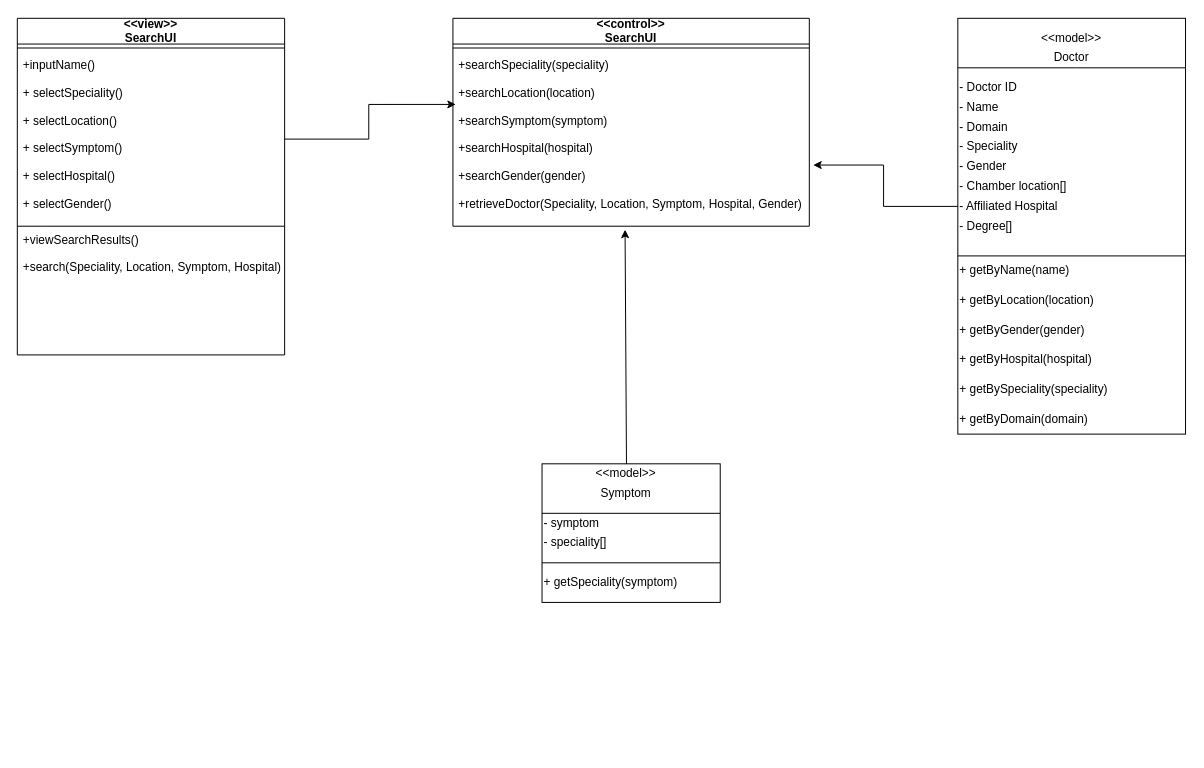
Before: page "Search" (2 of 8) of Untitled Diagram.drawio in SaffatZabin-17/CSE-326-Information-System-Design-Sessional-, a draw.io diagram. Source tidied: cells renumbered, new cells numbered last; positions are measured from the earlier drawing's top-left corner, leaving out a move shared by most shapes. Both pictures are drawn from the tidied source at 99%, with x=0, y=0 at pixel (17, 18).
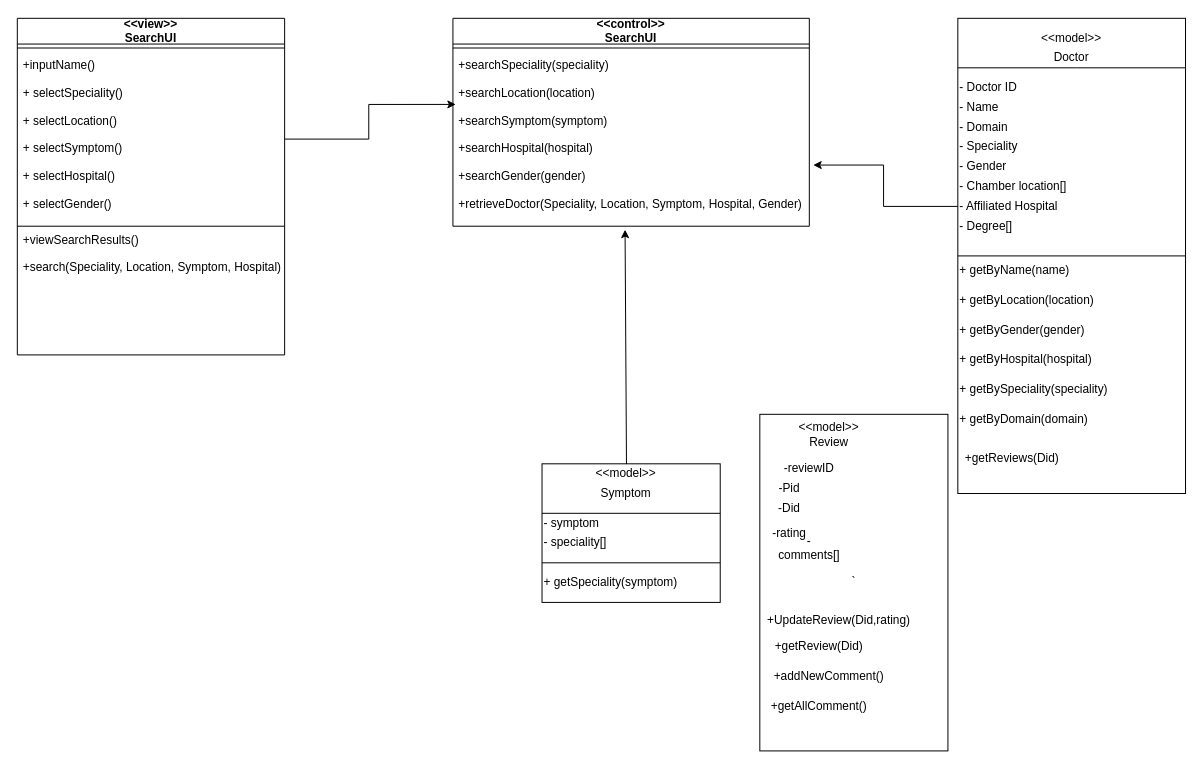
The same page after the edit.

What changed in the source:
```diff
@@
     <mxCell id="7" style="rounded=0;whiteSpace=wrap;html=1;" parent="1" vertex="1">
-      <mxGeometry x="950" width="230" height="420" as="geometry" />
+      <mxGeometry x="950" width="230" height="480" as="geometry" />
     </mxCell>
@@
+    <mxCell id="40" value="`" style="rounded=0;whiteSpace=wrap;html=1;" parent="1" vertex="1">
+      <mxGeometry x="750" y="400" width="190" height="340" as="geometry" />
+    </mxCell>
+    <mxCell id="41" value="&lt;div&gt;&amp;lt;&amp;lt;model&amp;gt;&amp;gt;&lt;/div&gt;&lt;div&gt;Review&lt;br&gt;&lt;/div&gt;" style="text;html=1;strokeColor=none;fillColor=none;align=center;verticalAlign=middle;whiteSpace=wrap;rounded=0;" parent="1" vertex="1">
+      <mxGeometry x="770" y="390" width="100" height="60" as="geometry" />
+    </mxCell>
+    <mxCell id="42" value="&lt;div&gt;+UpdateReview(Did,rating)&lt;/div&gt;&lt;div&gt;&lt;br&gt;&lt;/div&gt;" style="text;html=1;strokeColor=none;fillColor=none;align=center;verticalAlign=middle;whiteSpace=wrap;rounded=0;" parent="1" vertex="1">
+      <mxGeometry x="800" y="600" width="60" height="30" as="geometry" />
+    </mxCell>
+    <mxCell id="43" value="+getReview(Did)" style="text;html=1;strokeColor=none;fillColor=none;align=center;verticalAlign=middle;whiteSpace=wrap;rounded=0;" parent="1" vertex="1">
+      <mxGeometry x="780" y="620" width="60" height="30" as="geometry" />
+    </mxCell>
+    <mxCell id="44" value="+addNewComment()" style="text;html=1;strokeColor=none;fillColor=none;align=center;verticalAlign=middle;whiteSpace=wrap;rounded=0;" parent="1" vertex="1">
+      <mxGeometry x="790" y="650" width="60" height="30" as="geometry" />
+    </mxCell>
+    <mxCell id="45" value="+getAllComment()" style="text;html=1;strokeColor=none;fillColor=none;align=center;verticalAlign=middle;whiteSpace=wrap;rounded=0;" parent="1" vertex="1">
+      <mxGeometry x="780" y="680" width="60" height="30" as="geometry" />
+    </mxCell>
+    <mxCell id="46" value="-reviewID" style="text;html=1;strokeColor=none;fillColor=none;align=center;verticalAlign=middle;whiteSpace=wrap;rounded=0;" parent="1" vertex="1">
+      <mxGeometry x="770" y="440" width="60" height="30" as="geometry" />
+    </mxCell>
+    <mxCell id="47" value="-Pid" style="text;html=1;strokeColor=none;fillColor=none;align=center;verticalAlign=middle;whiteSpace=wrap;rounded=0;" parent="1" vertex="1">
+      <mxGeometry x="750" y="460" width="60" height="30" as="geometry" />
+    </mxCell>
+    <mxCell id="48" value="-Did" style="text;html=1;strokeColor=none;fillColor=none;align=center;verticalAlign=middle;whiteSpace=wrap;rounded=0;" parent="1" vertex="1">
+      <mxGeometry x="750" y="480" width="60" height="30" as="geometry" />
+    </mxCell>
+    <mxCell id="49" value="-rating" style="text;html=1;strokeColor=none;fillColor=none;align=center;verticalAlign=middle;whiteSpace=wrap;rounded=0;" parent="1" vertex="1">
+      <mxGeometry x="750" y="505" width="60" height="30" as="geometry" />
+    </mxCell>
+    <mxCell id="50" value="-comments[]" style="text;html=1;strokeColor=none;fillColor=none;align=center;verticalAlign=middle;whiteSpace=wrap;rounded=0;" parent="1" vertex="1">
+      <mxGeometry x="770" y="520" width="60" height="30" as="geometry" />
+    </mxCell>
+    <mxCell id="51" value="+getReviews(Did)" style="text;html=1;strokeColor=none;fillColor=none;align=center;verticalAlign=middle;whiteSpace=wrap;rounded=0;" parent="1" vertex="1">
+      <mxGeometry x="975" y="430" width="60" height="30" as="geometry" />
+    </mxCell>
```
